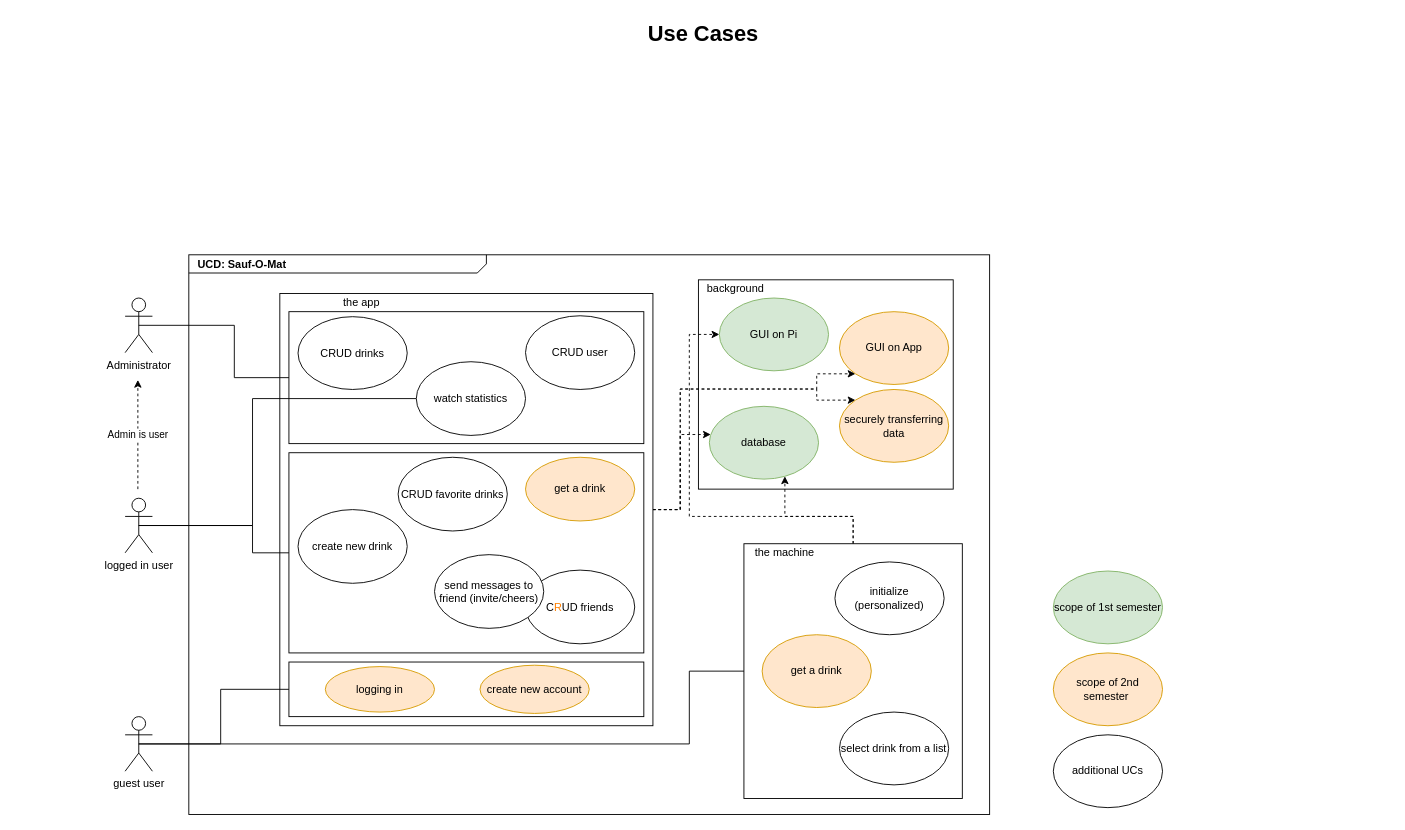
Earlier version of the draw.io diagram UseCaseDiagram.drawio (TheLordXII/OneTouch). Source tidied: cells renumbered, new cells numbered last; positions are measured from the earlier drawing's top-left corner, leaving out a move shared by most shapes. Both pictures are drawn from the tidied source at 91%, with x=0, y=0 at pixel (15, 15).
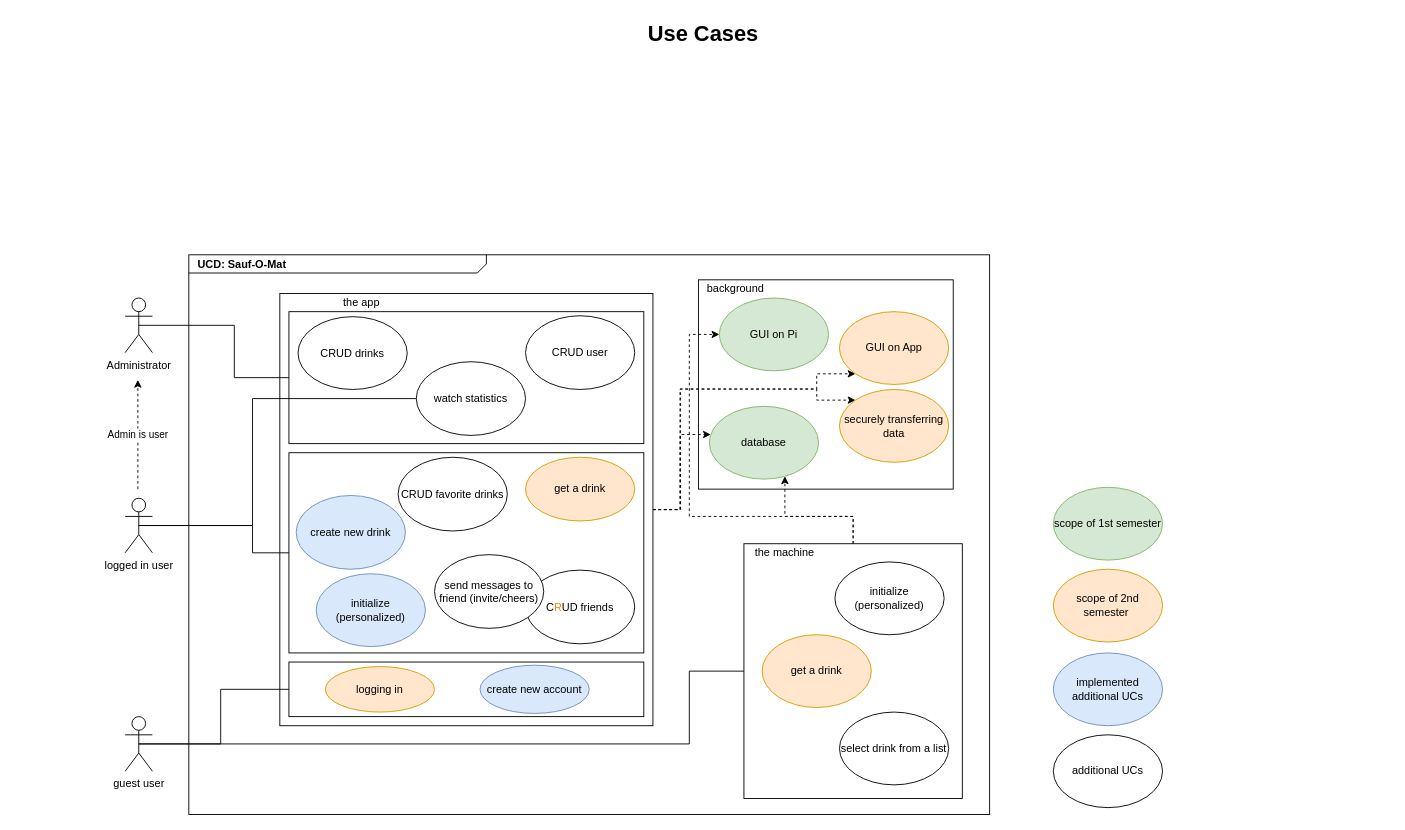
The same page after the edit.

Diff of the diagram source:
```diff
@@
-    <mxCell id="3" value="&lt;p style=&quot;margin: 0px ; margin-top: 4px ; margin-left: 10px ; text-align: left&quot;&gt;&lt;b&gt;UCD: Sauf-O-Mat&lt;/b&gt;&lt;/p&gt;" style="html=1;strokeWidth=1;shape=mxgraph.sysml.package;html=1;overflow=fill;whiteSpace=wrap;fillColor=none;gradientColor=none;fontSize=12;align=center;labelX=327.64;" parent="1" vertex="1">
+    <mxCell id="3" value="&lt;p style=&quot;margin: 0px ; margin-top: 4px ; margin-left: 10px ; text-align: left&quot;&gt;&lt;b&gt;UCD: Sauf-O-Mat&lt;/b&gt;&lt;/p&gt;" style="html=1;strokeWidth=1;shape=mxgraph.sysml.package;html=1;overflow=fill;whiteSpace=wrap;fillColor=none;fontSize=12;align=center;labelX=327.64;" parent="1" vertex="1">
       <mxGeometry x="190" y="262.5" width="880" height="615" as="geometry" />
     </mxCell>
@@
-    <mxCell id="34" value="create new drink" style="ellipse;whiteSpace=wrap;html=1;" parent="1" vertex="1">
-      <mxGeometry x="310" y="542.5" width="120" height="81" as="geometry" />
+    <mxCell id="34" value="create new drink" style="ellipse;whiteSpace=wrap;html=1;fillColor=#dae8fc;strokeColor=#6c8ebf;" parent="1" vertex="1">
+      <mxGeometry x="308" y="527" width="120" height="81" as="geometry" />
     </mxCell>
@@
-    <mxCell id="38" value="create new account" style="ellipse;whiteSpace=wrap;html=1;fillColor=#ffe6cc;strokeColor=#d79b00;" parent="1" vertex="1">
+    <mxCell id="38" value="create new account" style="ellipse;whiteSpace=wrap;html=1;fillColor=#dae8fc;strokeColor=#6c8ebf;" parent="1" vertex="1">
       <mxGeometry x="510" y="713.5" width="120" height="53" as="geometry" />
     </mxCell>
@@
     <mxCell id="44" value="scope of 2nd semester&amp;nbsp;" style="ellipse;whiteSpace=wrap;html=1;fillColor=#ffe6cc;strokeColor=#d79b00;" parent="1" vertex="1">
-      <mxGeometry x="1140" y="700" width="120" height="80" as="geometry" />
+      <mxGeometry x="1140" y="608" width="120" height="80" as="geometry" />
     </mxCell>
     <mxCell id="45" value="scope of 1st semester" style="ellipse;whiteSpace=wrap;html=1;fillColor=#d5e8d4;strokeColor=#82b366;" parent="1" vertex="1">
-      <mxGeometry x="1140" y="610" width="120" height="80" as="geometry" />
+      <mxGeometry x="1140" y="518" width="120" height="80" as="geometry" />
     </mxCell>
@@
+    <mxCell id="47" value="implemented&lt;br&gt;additional UCs" style="ellipse;whiteSpace=wrap;html=1;fillColor=#dae8fc;strokeColor=#6c8ebf;" parent="1" vertex="1">
+      <mxGeometry x="1140" y="700" width="120" height="80" as="geometry" />
+    </mxCell>
+    <mxCell id="48" value="initialize (personalized)" style="ellipse;whiteSpace=wrap;html=1;fillColor=#dae8fc;strokeColor=#6c8ebf;" parent="1" vertex="1">
+      <mxGeometry x="330" y="613" width="120" height="80" as="geometry" />
+    </mxCell>
```
